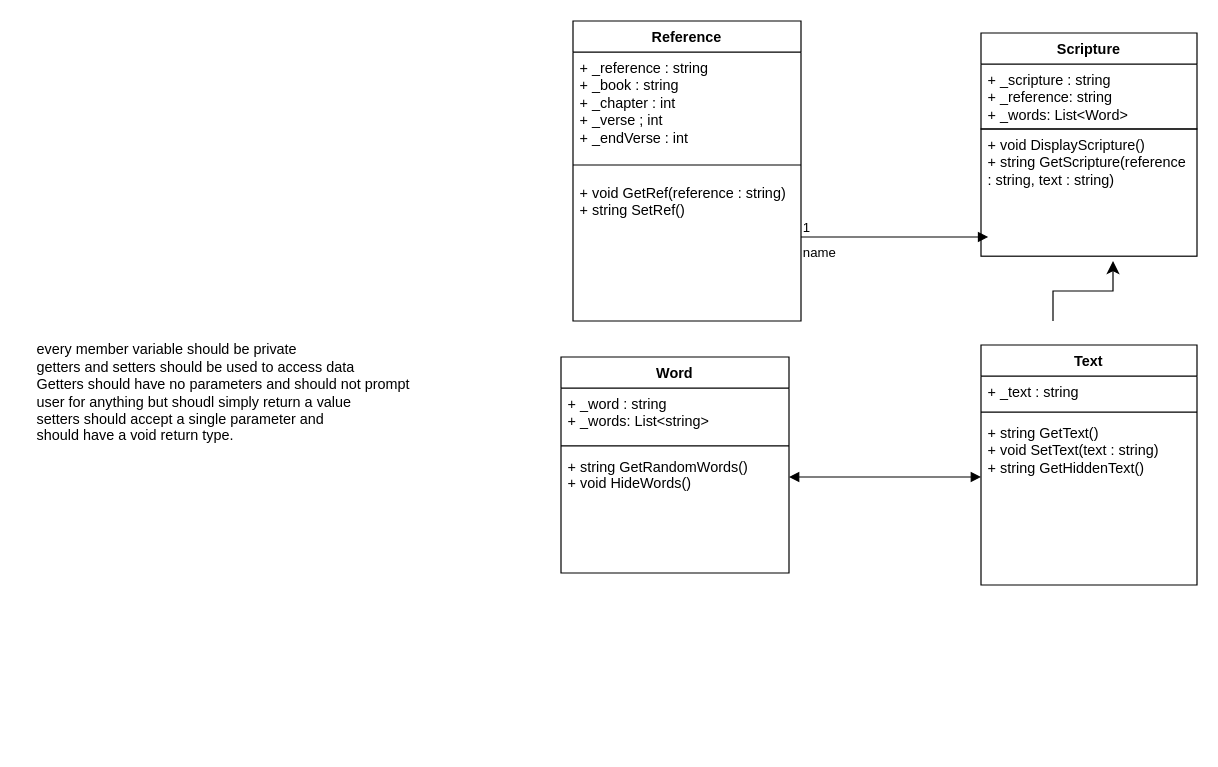
This is prove/Develop03/Untitled Diagram.drawio from jtompkins1/cse210-projects, a draw.io file, before an edit. Source tidied: cells renumbered, new cells numbered last; positions are measured from the earlier drawing's top-left corner, leaving out a move shared by most shapes. Both pictures are drawn from the tidied source at 120%, with x=0, y=0 at pixel (20, 20).
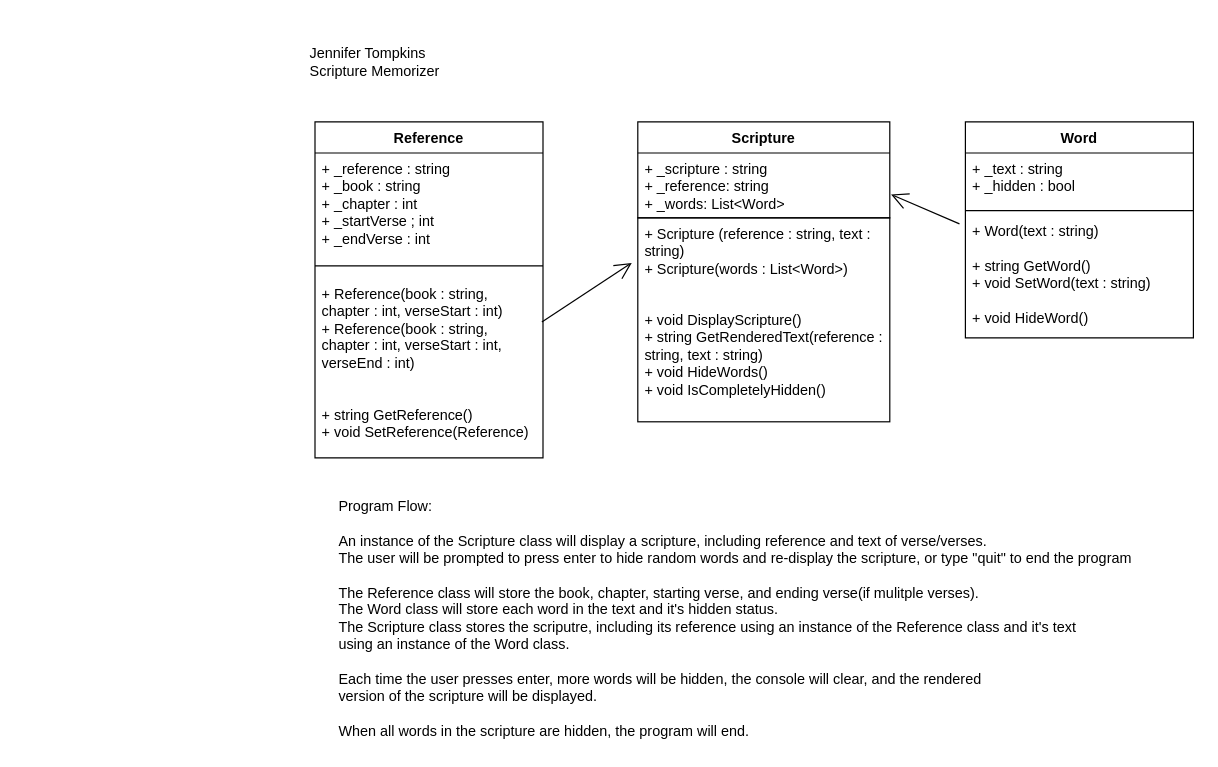
The same diagram, later.

Commit message:
Update scripture program flow Diagram.drawio

Change to the diagram source:
```diff
@@
-<mxGraphModel>
+<mxGraphModel background="#ffffff">
@@
     <mxCell id="2" value="Scripture" style="swimlane;fontStyle=1;align=center;verticalAlign=top;horizontal=1;startSize=26;whiteSpace=wrap;html=1;" parent="1" vertex="1">
-      <mxGeometry x="800" y="10" width="180" height="80" as="geometry" />
+      <mxGeometry x="514" y="84" width="210" height="80" as="geometry" />
     </mxCell>
     <mxCell id="3" value="+ _scripture : string&lt;br&gt;+ _reference: string&lt;br&gt;+ _words: List&amp;lt;Word&amp;gt;" style="text;strokeColor=none;fillColor=none;align=left;verticalAlign=top;spacingLeft=4;spacingRight=4;overflow=hidden;points=[[0,0.5],[1,0.5]];portConstraint=eastwest;whiteSpace=wrap;html=1;" parent="2" vertex="1">
-      <mxGeometry y="26" width="180" height="54" as="geometry" />
+      <mxGeometry y="26" width="210" height="54" as="geometry" />
     </mxCell>
     <mxCell id="4" value="Reference" style="swimlane;fontStyle=1;align=center;verticalAlign=top;horizontal=1;startSize=26;whiteSpace=wrap;html=1;" parent="1" vertex="1">
-      <mxGeometry x="460" width="190" height="250" as="geometry" />
+      <mxGeometry x="245" y="84" width="190" height="280" as="geometry" />
     </mxCell>
-    <mxCell id="5" value="+ _reference : string&lt;br&gt;+ _book : string&lt;br&gt;+ _chapter : int&lt;br&gt;+ _verse ; int&lt;br&gt;+ _endVerse : int" style="text;strokeColor=none;fillColor=none;align=left;verticalAlign=top;spacingLeft=4;spacingRight=4;overflow=hidden;whiteSpace=wrap;html=1;" parent="4" vertex="1">
+    <mxCell id="5" value="+ _reference : string&lt;br&gt;+ _book : string&lt;br&gt;+ _chapter : int&lt;br&gt;+ _startVerse ; int&lt;br&gt;+ _endVerse : int" style="text;strokeColor=none;fillColor=none;align=left;verticalAlign=top;spacingLeft=4;spacingRight=4;overflow=hidden;whiteSpace=wrap;html=1;" parent="4" vertex="1">
       <mxGeometry y="26" width="190" height="84" as="geometry" />
     </mxCell>
@@
-    <mxCell id="7" value="+ void GetRef(reference : string)&lt;br&gt;+ string SetRef()" style="text;strokeColor=none;fillColor=none;align=left;verticalAlign=top;spacingLeft=4;spacingRight=4;overflow=hidden;points=[[0,0.5],[1,0.5]];portConstraint=eastwest;whiteSpace=wrap;html=1;" parent="4" vertex="1">
-      <mxGeometry y="130" width="190" height="120" as="geometry" />
+    <mxCell id="7" value="+ Reference(book : string, chapter : int, verseStart : int)&lt;br&gt;+ Reference(book : string, chapter : int, verseStart : int, verseEnd : int)&lt;br&gt;&lt;br&gt;&lt;br&gt;+ string GetReference()&lt;br&gt;+ void SetReference(Reference)" style="text;strokeColor=none;fillColor=none;align=left;verticalAlign=top;spacingLeft=4;spacingRight=4;overflow=hidden;points=[[0,0.5],[1,0.5]];portConstraint=eastwest;whiteSpace=wrap;html=1;" parent="4" vertex="1">
+      <mxGeometry y="130" width="190" height="150" as="geometry" />
     </mxCell>
     <mxCell id="8" value="Word" style="swimlane;fontStyle=1;align=center;verticalAlign=top;horizontal=1;startSize=26;whiteSpace=wrap;html=1;" parent="1" vertex="1">
-      <mxGeometry x="450" y="280" width="190" height="180" as="geometry" />
+      <mxGeometry x="787" y="84" width="190" height="180" as="geometry" />
     </mxCell>
-    <mxCell id="9" value="+ _word : string&lt;br&gt;+ _words: List&amp;lt;string&amp;gt;" style="text;strokeColor=none;fillColor=none;align=left;verticalAlign=top;spacingLeft=4;spacingRight=4;overflow=hidden;whiteSpace=wrap;html=1;" parent="8" vertex="1">
+    <mxCell id="9" value="+ _text : string&lt;br&gt;+ _hidden : bool" style="text;strokeColor=none;fillColor=none;align=left;verticalAlign=top;spacingLeft=4;spacingRight=4;overflow=hidden;whiteSpace=wrap;html=1;" parent="8" vertex="1">
       <mxGeometry y="26" width="190" height="44" as="geometry" />
     </mxCell>
@@
-    <mxCell id="11" value="+ string GetRandomWords()&lt;br&gt;+ void HideWords()" style="text;strokeColor=none;fillColor=none;align=left;verticalAlign=top;spacingLeft=4;spacingRight=4;overflow=hidden;points=[[0,0.5],[1,0.5]];portConstraint=eastwest;whiteSpace=wrap;html=1;" parent="8" vertex="1">
+    <mxCell id="11" value="+ Word(text : string)&lt;br&gt;&lt;br&gt;+ string GetWord()&lt;br&gt;+ void SetWord(text : string)&lt;br&gt;&lt;br&gt;+ void HideWord()" style="text;strokeColor=none;fillColor=none;align=left;verticalAlign=top;spacingLeft=4;spacingRight=4;overflow=hidden;points=[[0,0.5],[1,0.5]];portConstraint=eastwest;whiteSpace=wrap;html=1;" parent="8" vertex="1">
       <mxGeometry y="78" width="190" height="102" as="geometry" />
     </mxCell>
-    <mxCell id="12" value="&lt;div style=&quot;text-align: left;&quot;&gt;&lt;span style=&quot;background-color: initial;&quot;&gt;every member variable should be private&lt;/span&gt;&lt;/div&gt;&lt;div style=&quot;text-align: left;&quot;&gt;&lt;span style=&quot;background-color: initial;&quot;&gt;getters and setters should be used to access data&lt;/span&gt;&lt;/div&gt;&lt;div style=&quot;text-align: left;&quot;&gt;&lt;span style=&quot;background-color: initial;&quot;&gt;Getters should have no parameters and should not prompt&amp;nbsp;&lt;/span&gt;&lt;/div&gt;&lt;div style=&quot;text-align: left;&quot;&gt;&lt;span style=&quot;background-color: initial;&quot;&gt;user for anything but shoudl simply return a value&lt;/span&gt;&lt;/div&gt;&lt;div style=&quot;text-align: left;&quot;&gt;&lt;span style=&quot;background-color: initial;&quot;&gt;setters should accept a single parameter and&lt;/span&gt;&lt;/div&gt;&lt;div style=&quot;text-align: left;&quot;&gt;&lt;span style=&quot;background-color: initial;&quot;&gt;should have a void return type.&lt;/span&gt;&lt;/div&gt;" style="text;html=1;align=center;verticalAlign=middle;strokeColor=none;fillColor=none;" parent="1" vertex="1">
-      <mxGeometry y="260" width="340" height="100" as="geometry" />
-    </mxCell>
-    <mxCell id="13" value="Text" style="swimlane;fontStyle=1;align=center;verticalAlign=top;horizontal=1;startSize=26;whiteSpace=wrap;html=1;" parent="1" vertex="1">
-      <mxGeometry x="800" y="270" width="180" height="200" as="geometry" />
-    </mxCell>
-    <mxCell id="14" value="+ _text : string" style="text;strokeColor=none;fillColor=none;align=left;verticalAlign=top;spacingLeft=4;spacingRight=4;overflow=hidden;whiteSpace=wrap;html=1;" parent="13" vertex="1">
-      <mxGeometry y="26" width="180" height="26" as="geometry" />
-    </mxCell>
-    <mxCell id="15" style="line;strokeWidth=1;fillColor=none;align=left;verticalAlign=middle;spacingTop=-1;spacingLeft=3;spacingRight=3;labelPosition=right;strokeColor=inherit;" parent="13" vertex="1">
-      <mxGeometry y="52" width="180" height="8" as="geometry" />
-    </mxCell>
-    <mxCell id="16" value="+ string GetText()&lt;br&gt;+ void SetText(text : string)&lt;br&gt;+ string GetHiddenText()" style="text;strokeColor=none;fillColor=none;align=left;verticalAlign=top;spacingLeft=4;spacingRight=4;overflow=hidden;whiteSpace=wrap;html=1;" parent="13" vertex="1">
-      <mxGeometry y="60" width="180" height="140" as="geometry" />
-    </mxCell>
-    <mxCell id="17" value="name" style="endArrow=block;endFill=1;html=1;edgeStyle=orthogonalEdgeStyle;align=left;verticalAlign=top;rounded=0;" parent="1" edge="1">
-      <mxGeometry x="-1" relative="1" as="geometry">
-        <mxPoint x="650" y="180" as="sourcePoint" />
-        <mxPoint x="806" y="180" as="targetPoint" />
-      </mxGeometry>
-    </mxCell>
-    <mxCell id="18" value="1" style="edgeLabel;html=1;align=left;verticalAlign=bottom;" parent="17" vertex="1">
-      <mxGeometry x="-1" relative="1" as="geometry" />
-    </mxCell>
-    <mxCell id="19" style="edgeStyle=elbowEdgeStyle;elbow=vertical;endArrow=classic;html=1;curved=0;rounded=0;endSize=8;startSize=8;" parent="1" edge="1">
-      <mxGeometry relative="1" as="geometry">
-        <mxPoint x="860" y="250" as="sourcePoint" />
-        <mxPoint x="910" y="200" as="targetPoint" />
-      </mxGeometry>
-    </mxCell>
-    <mxCell id="20" style="endArrow=block;startArrow=block;endFill=1;startFill=1;html=1;rounded=0;" parent="1" edge="1">
-      <mxGeometry relative="1" as="geometry">
-        <mxPoint x="640" y="380" as="sourcePoint" />
-        <mxPoint x="800" y="380" as="targetPoint" />
-      </mxGeometry>
-    </mxCell>
-    <mxCell id="21" value="+ void DisplayScripture()&lt;br&gt;+ string GetScripture(reference : string, text : string)" style="text;strokeColor=#000000;fillColor=none;align=left;verticalAlign=top;spacingLeft=4;spacingRight=4;overflow=hidden;points=[[0,0.5],[1,0.5]];portConstraint=eastwest;whiteSpace=wrap;html=1;" parent="1" vertex="1">
-      <mxGeometry x="800" y="90" width="180" height="106" as="geometry" />
+    <mxCell id="21" value="+ Scripture (reference : string, text : string)&lt;br&gt;+ Scripture(words : List&amp;lt;Word&amp;gt;)&lt;br&gt;&lt;br&gt;&lt;br&gt;+ void DisplayScripture()&lt;br&gt;+ string GetRenderedText(reference : string, text : string)&lt;br&gt;+ void HideWords()&lt;br&gt;+ void IsCompletelyHidden()" style="text;strokeColor=#000000;fillColor=none;align=left;verticalAlign=top;spacingLeft=4;spacingRight=4;overflow=hidden;points=[[0,0.5],[1,0.5]];portConstraint=eastwest;whiteSpace=wrap;html=1;" parent="1" vertex="1">
+      <mxGeometry x="514" y="164" width="210" height="170" as="geometry" />
     </mxCell>
+    <mxCell id="22" style="endArrow=open;endFill=1;endSize=12;html=1;rounded=0;exitX=0.995;exitY=0.246;exitDx=0;exitDy=0;exitPerimeter=0;entryX=-0.024;entryY=0.221;entryDx=0;entryDy=0;entryPerimeter=0;" parent="1" edge="1" source="7" target="21">
+      <mxGeometry relative="1" as="geometry" />
+    </mxCell>
+    <mxCell id="23" style="endArrow=open;endFill=1;endSize=12;html=1;rounded=0;exitX=-0.026;exitY=0.069;exitDx=0;exitDy=0;exitPerimeter=0;entryX=1.005;entryY=0.639;entryDx=0;entryDy=0;entryPerimeter=0;" parent="1" edge="1" source="11" target="3">
+      <mxGeometry relative="1" as="geometry" />
+    </mxCell>
+    <mxCell id="24" value="Program Flow:&lt;br&gt;&lt;br&gt;An instance of the Scripture class will display a scripture, including reference and text of verse/verses.&lt;br&gt;The user will be prompted to press enter to hide random words and re-display the scripture, or type &quot;quit&quot; to end the program&lt;br&gt;&lt;br&gt;The Reference class will store the book, chapter, starting verse, and ending verse(if mulitple verses).&lt;br&gt;The Word class will store each word in the text and it's hidden status.&lt;br&gt;The Scripture class stores the scriputre, including its reference using an instance of the Reference class and it's text &lt;br&gt;using an instance of the Word class.&lt;br&gt;&lt;br&gt;Each time the user presses enter, more words will be hidden, the console will clear, and the rendered&lt;br&gt;version of the scripture will be displayed.&lt;br&gt;&lt;br&gt;When all words in the scripture are hidden, the program will end." style="text;html=1;align=left;verticalAlign=middle;strokeColor=none;fillColor=none;" parent="1" vertex="1">
+      <mxGeometry x="263" y="391" width="679" height="214" as="geometry" />
+    </mxCell>
+    <mxCell id="25" value="Jennifer Tompkins&lt;br&gt;&lt;div style=&quot;&quot;&gt;&lt;span style=&quot;background-color: initial;&quot;&gt;Scripture Memorizer&lt;/span&gt;&lt;/div&gt;" style="text;html=1;align=left;verticalAlign=middle;strokeColor=none;fillColor=none;" parent="1" vertex="1">
+      <mxGeometry x="239" y="13" width="126" height="41" as="geometry" />
+    </mxCell>
```
